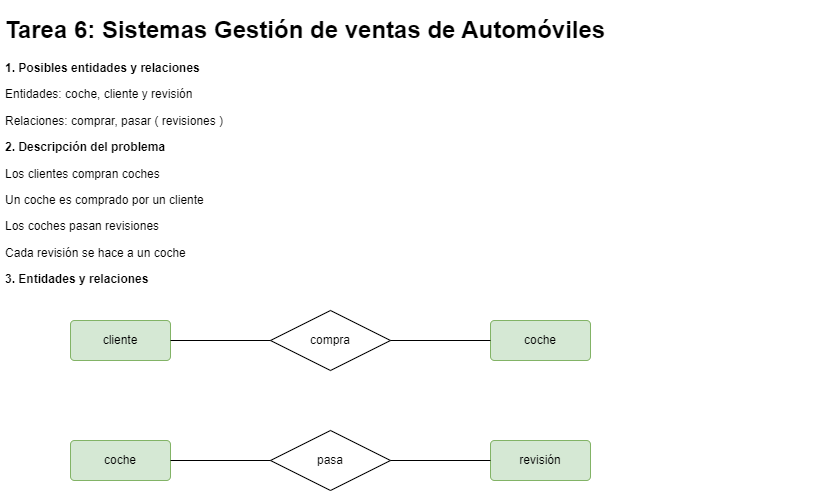
The draw.io diagram tarea6.png in javigh193/bae, before a commit. Source tidied: cells renumbered, new cells last; positions are measured from the earlier drawing's top-left corner, leaving out a move shared by most shapes.
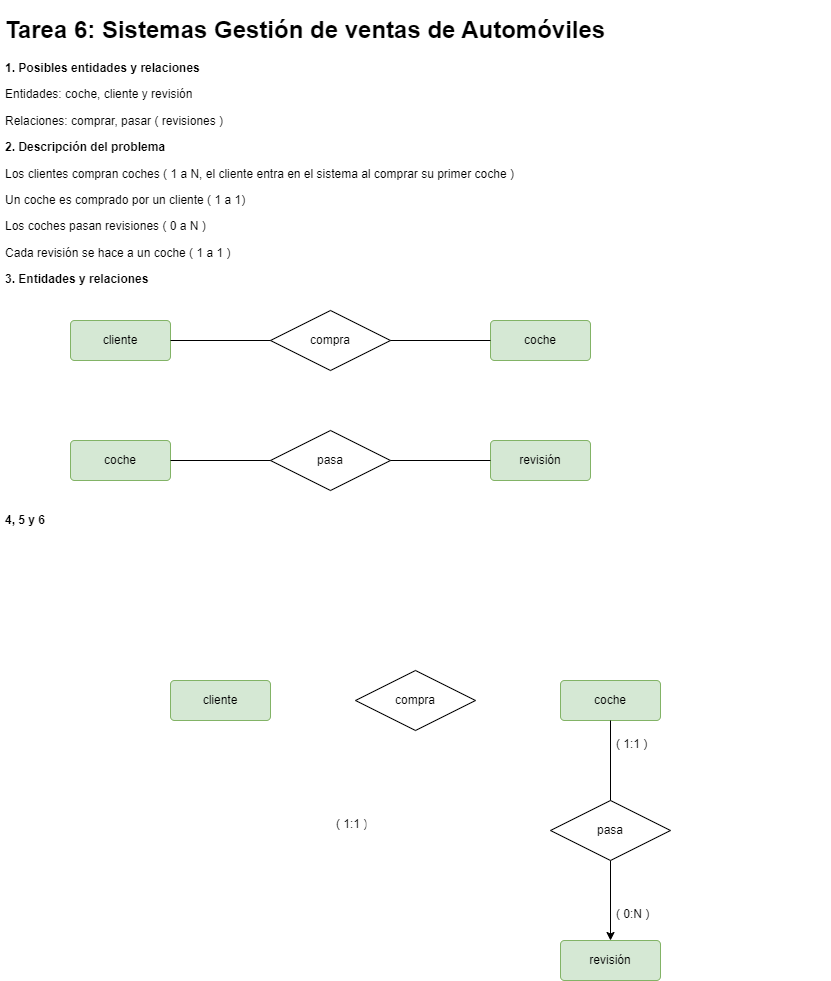
Later version of the same file.

Diff of the diagram source:
```diff
@@ -2,7 +2,7 @@
   <root>
     <mxCell id="0" />
     <mxCell id="1" parent="0" />
-    <mxCell id="2" value="&lt;h1&gt;Tarea 6: Sistemas Gestión de ventas de Automóviles&lt;/h1&gt;&lt;p&gt;&lt;b&gt;1. Posibles entidades y relaciones&lt;/b&gt;&lt;/p&gt;&lt;p&gt;Entidades: coche, cliente y revisión&lt;/p&gt;&lt;p&gt;Relaciones: comprar, pasar ( revisiones )&lt;/p&gt;&lt;p&gt;&lt;b&gt;2. Descripción del problema&lt;/b&gt;&lt;/p&gt;&lt;p&gt;Los clientes compran coches&amp;nbsp;&lt;/p&gt;&lt;p&gt;Un coche es comprado por un cliente&lt;/p&gt;&lt;p&gt;Los coches pasan revisiones&amp;nbsp;&lt;/p&gt;&lt;p&gt;Cada revisión se hace a un coche&lt;/p&gt;&lt;p&gt;&lt;b&gt;3. Entidades y relaciones&amp;nbsp;&lt;/b&gt;&lt;/p&gt;&lt;p&gt;&lt;b&gt;&lt;br&gt;&lt;/b&gt;&lt;/p&gt;&lt;p&gt;&lt;br&gt;&lt;/p&gt;" style="text;html=1;strokeColor=none;fillColor=none;spacing=5;spacingTop=-20;whiteSpace=wrap;overflow=hidden;rounded=0;" parent="1" vertex="1">
+    <mxCell id="2" value="&lt;h1&gt;Tarea 6: Sistemas Gestión de ventas de Automóviles&lt;/h1&gt;&lt;p&gt;&lt;b&gt;1. Posibles entidades y relaciones&lt;/b&gt;&lt;/p&gt;&lt;p&gt;Entidades: coche, cliente y revisión&lt;/p&gt;&lt;p&gt;Relaciones: comprar, pasar ( revisiones )&lt;/p&gt;&lt;p&gt;&lt;b&gt;2. Descripción del problema&lt;/b&gt;&lt;/p&gt;&lt;p&gt;Los clientes compran coches ( 1 a N, el cliente entra en el sistema al comprar su primer coche )&lt;/p&gt;&lt;p&gt;Un coche es comprado por un cliente ( 1 a 1)&lt;/p&gt;&lt;p&gt;Los coches pasan revisiones ( 0 a N )&lt;/p&gt;&lt;p&gt;Cada revisión se hace a un coche ( 1 a 1 )&lt;/p&gt;&lt;p&gt;&lt;b&gt;3. Entidades y relaciones&amp;nbsp;&lt;/b&gt;&lt;/p&gt;&lt;p&gt;&lt;b&gt;&lt;br&gt;&lt;/b&gt;&lt;/p&gt;&lt;p&gt;&lt;br&gt;&lt;/p&gt;" style="text;html=1;strokeColor=none;fillColor=none;spacing=5;spacingTop=-20;whiteSpace=wrap;overflow=hidden;rounded=0;" parent="1" vertex="1">
       <mxGeometry width="830" height="280" as="geometry" />
     </mxCell>
     <mxCell id="3" value="revisión" style="rounded=1;arcSize=10;whiteSpace=wrap;html=1;align=center;fillColor=#d5e8d4;strokeColor=#82b366;" parent="1" vertex="1">
@@ -35,5 +35,38 @@
     <mxCell id="12" style="endArrow=none;html=1;rounded=0;exitX=0;exitY=0.5;exitDx=0;exitDy=0;entryX=1;entryY=0.5;entryDx=0;entryDy=0;" parent="1" edge="1" source="8" target="5">
       <mxGeometry relative="1" as="geometry" />
     </mxCell>
+    <mxCell id="13" value="&lt;b&gt;4, 5 y 6&lt;/b&gt;" style="text;html=1;strokeColor=none;fillColor=none;align=center;verticalAlign=middle;whiteSpace=wrap;rounded=0;" parent="1" vertex="1">
+      <mxGeometry y="495" width="50" height="30" as="geometry" />
+    </mxCell>
+    <mxCell id="14" value="cliente" style="rounded=1;arcSize=10;whiteSpace=wrap;html=1;align=center;fillColor=#d5e8d4;strokeColor=#82b366;" parent="1" vertex="1">
+      <mxGeometry x="170" y="670" width="100" height="40" as="geometry" />
+    </mxCell>
+    <mxCell id="15" value="compra" style="shape=rhombus;perimeter=rhombusPerimeter;whiteSpace=wrap;html=1;align=center;" parent="1" vertex="1">
+      <mxGeometry x="355" y="660" width="120" height="60" as="geometry" />
+    </mxCell>
+    <mxCell id="16" value="coche" style="rounded=1;arcSize=10;whiteSpace=wrap;html=1;align=center;fillColor=#d5e8d4;strokeColor=#82b366;" parent="1" vertex="1">
+      <mxGeometry x="560" y="670" width="100" height="40" as="geometry" />
+    </mxCell>
+    <mxCell id="17" value="revisión" style="rounded=1;arcSize=10;whiteSpace=wrap;html=1;align=center;fillColor=#d5e8d4;strokeColor=#82b366;" parent="1" vertex="1">
+      <mxGeometry x="560" y="930" width="100" height="40" as="geometry" />
+    </mxCell>
+    <mxCell id="18" style="edgeStyle=orthogonalEdgeStyle;rounded=0;jettySize=auto;html=1;entryX=0.5;entryY=0;entryDx=0;entryDy=0;" parent="1" edge="1" source="19" target="17">
+      <mxGeometry relative="1" as="geometry" />
+    </mxCell>
+    <mxCell id="19" value="pasa" style="shape=rhombus;perimeter=rhombusPerimeter;whiteSpace=wrap;html=1;align=center;" parent="1" vertex="1">
+      <mxGeometry x="550" y="790" width="120" height="60" as="geometry" />
+    </mxCell>
+    <mxCell id="20" style="endArrow=none;html=1;rounded=0;entryX=0.5;entryY=1;entryDx=0;entryDy=0;exitX=0.5;exitY=0;exitDx=0;exitDy=0;" parent="1" edge="1" source="19" target="16">
+      <mxGeometry relative="1" as="geometry" />
+    </mxCell>
+    <mxCell id="21" value="( 1:1 )" style="text;strokeColor=none;fillColor=none;spacingLeft=4;spacingRight=4;overflow=hidden;fontSize=12;" parent="1" vertex="1">
+      <mxGeometry x="330" y="800" width="40" height="30" as="geometry" />
+    </mxCell>
+    <mxCell id="22" value="( 0:N )" style="text;strokeColor=none;fillColor=none;spacingLeft=4;spacingRight=4;overflow=hidden;fontSize=12;" parent="1" vertex="1">
+      <mxGeometry x="610" y="890" width="50" height="30" as="geometry" />
+    </mxCell>
+    <mxCell id="23" value="( 1:1 )" style="text;strokeColor=none;fillColor=none;spacingLeft=4;spacingRight=4;overflow=hidden;fontSize=12;" parent="1" vertex="1">
+      <mxGeometry x="610" y="720" width="50" height="30" as="geometry" />
+    </mxCell>
   </root>
 </mxGraphModel>
```
